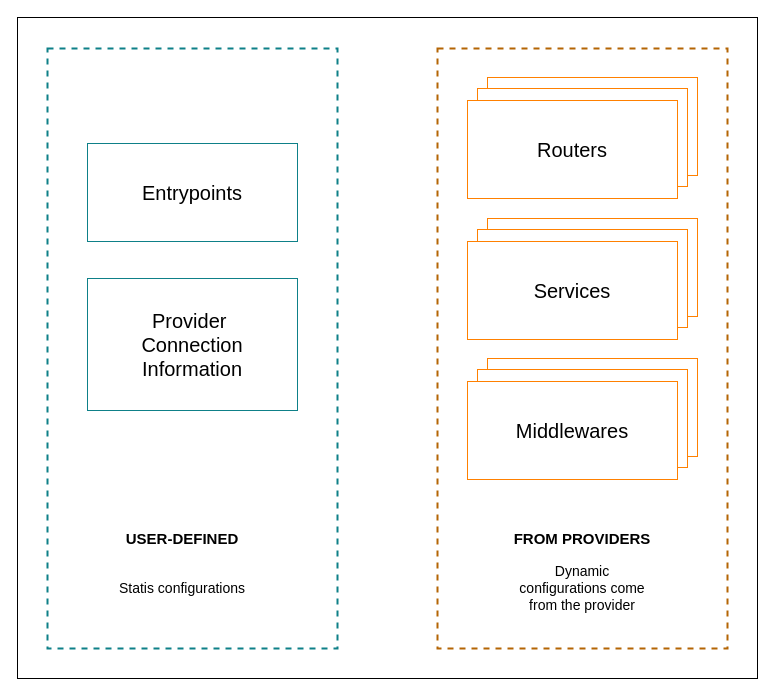
Above: page "traefik-dynamic-config" (28 of 29) of assets/drawio/all-things-devops.drawio in joseeden/joeden (draw.io), before the change. Source tidied: cells renumbered, new cells numbered last; positions are measured from the earlier drawing's top-left corner, leaving out a move shared by most shapes. Both pictures are drawn from the tidied source at 100%, with x=0, y=0 at pixel (17, 17).
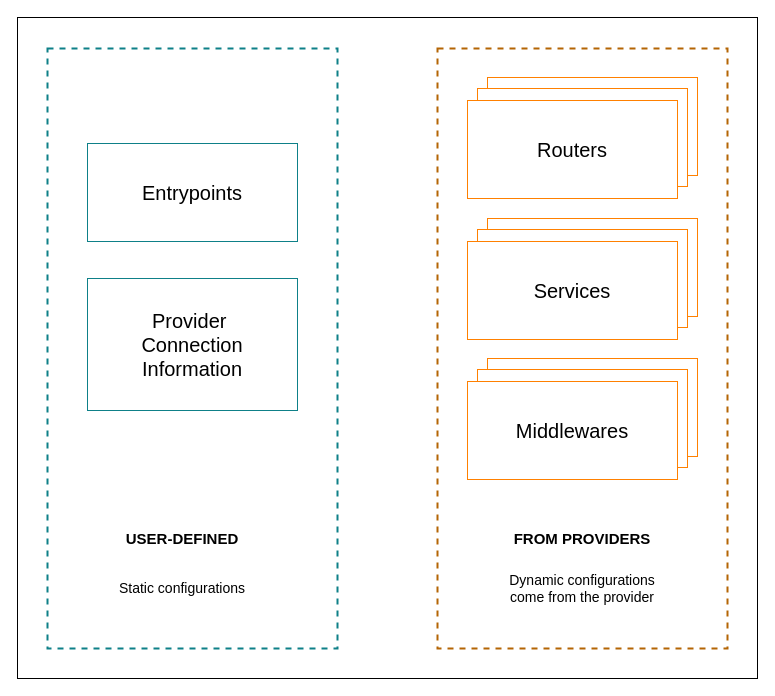
The same page after the edit.

The edit, as a diff of the source:
```diff
@@
 <mxGraphModel>
   <root>
     <mxCell id="0" />
     <mxCell id="1" parent="0" />
     <mxCell id="2" style="rounded=0;whiteSpace=wrap;html=1;" parent="1" vertex="1">
       <mxGeometry width="740" height="661" as="geometry" />
     </mxCell>
     <mxCell id="3" style="rounded=0;whiteSpace=wrap;html=1;dashed=1;fillColor=none;strokeColor=#0e8088;strokeWidth=2;" parent="1" vertex="1">
       <mxGeometry x="30" y="31" width="290" height="600" as="geometry" />
     </mxCell>
     <mxCell id="4" style="rounded=0;whiteSpace=wrap;html=1;fillColor=default;strokeColor=#FF8000;" parent="1" vertex="1">
       <mxGeometry x="470" y="60" width="210" height="98" as="geometry" />
     </mxCell>
     <mxCell id="5" style="rounded=0;whiteSpace=wrap;html=1;fillColor=default;strokeColor=#FF8000;" parent="1" vertex="1">
       <mxGeometry x="460" y="71" width="210" height="98" as="geometry" />
     </mxCell>
     <mxCell id="6" value="&lt;font style=&quot;font-size: 20px;&quot;&gt;Routers&lt;/font&gt;" style="rounded=0;whiteSpace=wrap;html=1;fillColor=default;strokeColor=#FF8000;" parent="1" vertex="1">
       <mxGeometry x="450" y="83" width="210" height="98" as="geometry" />
     </mxCell>
     <mxCell id="7" style="rounded=0;whiteSpace=wrap;html=1;fillColor=default;strokeColor=#FF8000;" parent="1" vertex="1">
       <mxGeometry x="470" y="201" width="210" height="98" as="geometry" />
     </mxCell>
     <mxCell id="8" style="rounded=0;whiteSpace=wrap;html=1;fillColor=default;strokeColor=#FF8000;" parent="1" vertex="1">
       <mxGeometry x="460" y="212" width="210" height="98" as="geometry" />
     </mxCell>
     <mxCell id="9" value="&lt;font style=&quot;font-size: 20px;&quot;&gt;Services&lt;/font&gt;" style="rounded=0;whiteSpace=wrap;html=1;fillColor=default;strokeColor=#FF8000;" parent="1" vertex="1">
       <mxGeometry x="450" y="224" width="210" height="98" as="geometry" />
     </mxCell>
     <mxCell id="10" style="rounded=0;whiteSpace=wrap;html=1;fillColor=default;strokeColor=#FF8000;" parent="1" vertex="1">
       <mxGeometry x="470" y="341" width="210" height="98" as="geometry" />
     </mxCell>
     <mxCell id="11" style="rounded=0;whiteSpace=wrap;html=1;fillColor=default;strokeColor=#FF8000;" parent="1" vertex="1">
       <mxGeometry x="460" y="352" width="210" height="98" as="geometry" />
     </mxCell>
     <mxCell id="12" value="&lt;font style=&quot;font-size: 20px;&quot;&gt;Middlewares&lt;/font&gt;" style="rounded=0;whiteSpace=wrap;html=1;fillColor=default;strokeColor=#FF8000;" parent="1" vertex="1">
       <mxGeometry x="450" y="364" width="210" height="98" as="geometry" />
     </mxCell>
     <mxCell id="13" value="&lt;span style=&quot;font-size: 20px;&quot;&gt;Entrypoints&lt;/span&gt;" style="rounded=0;whiteSpace=wrap;html=1;fillColor=default;strokeColor=#0e8088;" parent="1" vertex="1">
       <mxGeometry x="70" y="126" width="210" height="98" as="geometry" />
     </mxCell>
     <mxCell id="14" value="&lt;span style=&quot;font-size: 20px;&quot;&gt;Provider&amp;nbsp;&lt;/span&gt;&lt;div&gt;&lt;span style=&quot;font-size: 20px;&quot;&gt;Connection&lt;/span&gt;&lt;div&gt;&lt;span style=&quot;font-size: 20px;&quot;&gt;Information&lt;/span&gt;&lt;/div&gt;&lt;/div&gt;" style="rounded=0;whiteSpace=wrap;html=1;fillColor=default;strokeColor=#0e8088;" parent="1" vertex="1">
       <mxGeometry x="70" y="261" width="210" height="132" as="geometry" />
     </mxCell>
     <mxCell id="15" value="&lt;font style=&quot;font-size: 15px;&quot;&gt;&lt;b style=&quot;&quot;&gt;USER-DEFINED&lt;/b&gt;&lt;/font&gt;" style="rounded=0;whiteSpace=wrap;html=1;fillColor=none;strokeColor=none;" parent="1" vertex="1">
       <mxGeometry x="100" y="501" width="130" height="40" as="geometry" />
     </mxCell>
     <mxCell id="16" style="rounded=0;whiteSpace=wrap;html=1;dashed=1;fillColor=none;strokeColor=#b46504;strokeWidth=2;" parent="1" vertex="1">
       <mxGeometry x="420" y="31" width="290" height="600" as="geometry" />
     </mxCell>
     <mxCell id="17" value="&lt;b style=&quot;&quot;&gt;&lt;font style=&quot;font-size: 15px;&quot;&gt;FROM PROVIDERS&lt;/font&gt;&lt;/b&gt;" style="rounded=0;whiteSpace=wrap;html=1;fillColor=none;strokeColor=none;" parent="1" vertex="1">
       <mxGeometry x="490" y="501" width="150" height="40" as="geometry" />
     </mxCell>
     <mxCell id="18" value="&lt;span style=&quot;font-size: 14px;&quot;&gt;Dynamic configurations come from the provider&lt;/span&gt;" style="rounded=0;whiteSpace=wrap;html=1;fillColor=none;strokeColor=none;" parent="1" vertex="1">
-      <mxGeometry x="500" y="551" width="130" height="40" as="geometry" />
+      <mxGeometry x="490" y="551" width="150" height="40" as="geometry" />
     </mxCell>
-    <mxCell id="19" value="&lt;span style=&quot;font-size: 14px;&quot;&gt;Statis configurations&lt;/span&gt;" style="rounded=0;whiteSpace=wrap;html=1;fillColor=none;strokeColor=none;" parent="1" vertex="1">
+    <mxCell id="19" value="&lt;span style=&quot;font-size: 14px;&quot;&gt;Static configurations&lt;/span&gt;" style="rounded=0;whiteSpace=wrap;html=1;fillColor=none;strokeColor=none;" parent="1" vertex="1">
       <mxGeometry x="100" y="551" width="130" height="40" as="geometry" />
     </mxCell>
   </root>
 </mxGraphModel>
```
